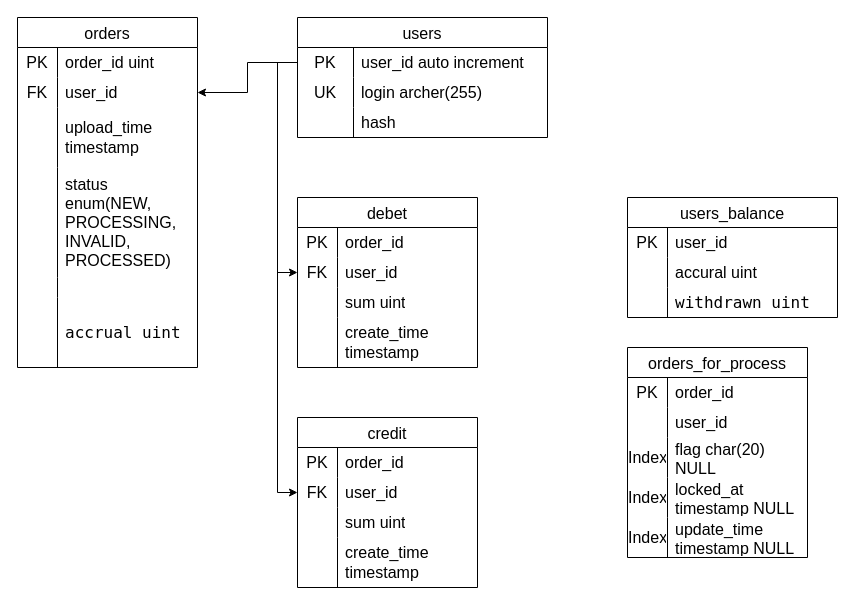
serg2014/go-musthave-diploma-new keeps this draw.io diagram as docs/DB.drawio. Above is the earlier version. Source tidied: cells renumbered, new cells numbered last; positions are measured from the earlier drawing's top-left corner, leaving out a move shared by most shapes. Both pictures are drawn from the tidied source at 100%, with x=0, y=0 at pixel (17, 17).
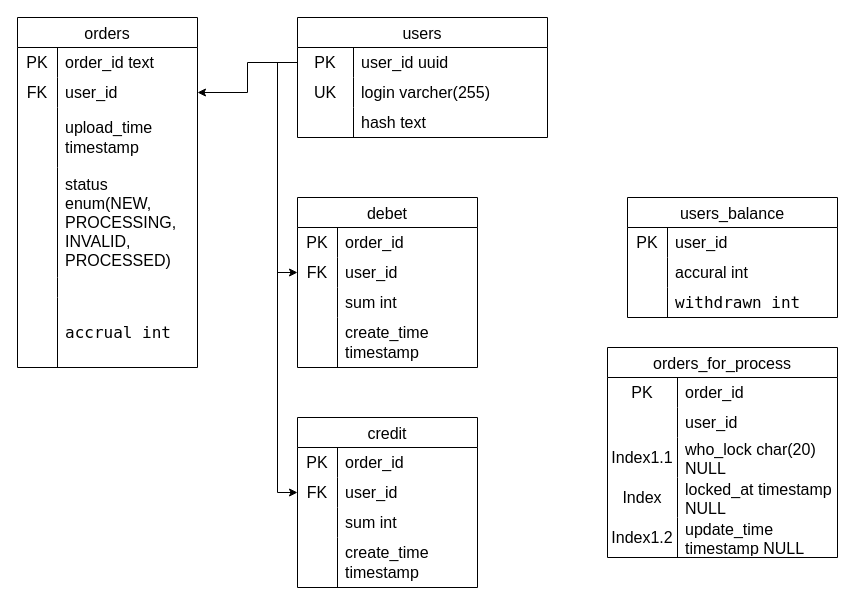
The same diagram, later.

Commit message (it also covers changes not shown here):
prepare process order

The change refers to these unchanged cells:
```xml
<mxCell id="3" style="shape=tableRow;horizontal=0;startSize=0;swimlaneHead=0;swimlaneBody=0;top=0;left=0;bottom=0;right=0;fillColor=none;strokeColor=inherit;fontSize=16;" parent="2" vertex="1">
  <mxGeometry y="30" width="180" height="30" as="geometry" />
</mxCell>
<mxCell id="18" style="shape=tableRow;horizontal=0;startSize=0;swimlaneHead=0;swimlaneBody=0;top=0;left=0;bottom=0;right=0;fillColor=none;strokeColor=inherit;fontSize=16;" parent="2" vertex="1">
  <mxGeometry y="280" width="180" height="70" as="geometry" />
</mxCell>
<mxCell id="22" style="shape=tableRow;horizontal=0;startSize=0;swimlaneHead=0;swimlaneBody=0;top=0;left=0;bottom=0;right=0;fillColor=none;points=[[0,0.5],[1,0.5]];portConstraint=eastwest;strokeColor=inherit;fontSize=16;" parent="21" vertex="1">
  <mxGeometry y="30" width="250" height="30" as="geometry" />
</mxCell>
<mxCell id="25" style="shape=tableRow;horizontal=0;startSize=0;swimlaneHead=0;swimlaneBody=0;top=0;left=0;bottom=0;right=0;fillColor=none;strokeColor=inherit;fontSize=16;" parent="21" vertex="1">
  <mxGeometry y="60" width="250" height="30" as="geometry" />
</mxCell>
<mxCell id="28" style="shape=tableRow;horizontal=0;startSize=0;swimlaneHead=0;swimlaneBody=0;top=0;left=0;bottom=0;right=0;fillColor=none;strokeColor=inherit;fontSize=16;" parent="21" vertex="1">
  <mxGeometry y="90" width="250" height="30" as="geometry" />
</mxCell>
<mxCell id="38" style="shape=tableRow;horizontal=0;startSize=0;swimlaneHead=0;swimlaneBody=0;top=0;left=0;bottom=0;right=0;fillColor=none;strokeColor=inherit;fontSize=16;" parent="31" vertex="1">
  <mxGeometry y="90" width="180" height="30" as="geometry" />
</mxCell>
<mxCell id="51" style="shape=tableRow;horizontal=0;startSize=0;swimlaneHead=0;swimlaneBody=0;top=0;left=0;bottom=0;right=0;fillColor=none;strokeColor=inherit;fontSize=16;" parent="44" vertex="1">
  <mxGeometry y="90" width="180" height="30" as="geometry" />
</mxCell>
<mxCell id="80" style="shape=tableRow;horizontal=0;startSize=0;swimlaneHead=0;swimlaneBody=0;top=0;left=0;bottom=0;right=0;fillColor=none;strokeColor=inherit;fontSize=16;" parent="76" vertex="1">
  <mxGeometry y="60" width="210" height="30" as="geometry" />
</mxCell>
<mxCell id="83" style="shape=tableRow;horizontal=0;startSize=0;swimlaneHead=0;swimlaneBody=0;top=0;left=0;bottom=0;right=0;fillColor=none;strokeColor=inherit;fontSize=16;" parent="76" vertex="1">
  <mxGeometry y="90" width="210" height="30" as="geometry" />
</mxCell>
```

Diff of the diagram source:
```diff
@@
-    <mxCell id="5" value="order_id uint" style="shape=partialRectangle;html=1;whiteSpace=wrap;fillColor=none;top=0;left=0;bottom=0;right=0;align=left;spacingLeft=6;overflow=hidden;strokeColor=inherit;fontSize=16;" parent="3" vertex="1">
+    <mxCell id="5" value="order_id text" style="shape=partialRectangle;html=1;whiteSpace=wrap;fillColor=none;top=0;left=0;bottom=0;right=0;align=left;spacingLeft=6;overflow=hidden;strokeColor=inherit;fontSize=16;" parent="3" vertex="1">
       <mxGeometry x="40" width="140" height="30" as="geometry" />
     </mxCell>
@@
-    <mxCell id="20" value="&lt;div style=&quot;background-color: rgb(255, 255, 255); font-family: Menlo, Monaco, &amp;quot;Courier New&amp;quot;, monospace; line-height: 24px; white-space: pre;&quot;&gt;accrual uint&lt;/div&gt;" style="shape=partialRectangle;html=1;whiteSpace=wrap;fillColor=none;top=0;left=0;bottom=0;right=0;align=left;spacingLeft=6;overflow=hidden;strokeColor=inherit;fontSize=16;" parent="18" vertex="1">
+    <mxCell id="20" value="&lt;div style=&quot;background-color: rgb(255, 255, 255); font-family: Menlo, Monaco, &amp;quot;Courier New&amp;quot;, monospace; line-height: 24px; white-space: pre;&quot;&gt;accrual int&lt;/div&gt;" style="shape=partialRectangle;html=1;whiteSpace=wrap;fillColor=none;top=0;left=0;bottom=0;right=0;align=left;spacingLeft=6;overflow=hidden;strokeColor=inherit;fontSize=16;" parent="18" vertex="1">
       <mxGeometry x="40" width="140" height="70" as="geometry" />
     </mxCell>
@@
-    <mxCell id="24" value="user_id auto increment" style="shape=partialRectangle;html=1;whiteSpace=wrap;fillColor=none;top=0;left=0;bottom=0;right=0;align=left;spacingLeft=6;overflow=hidden;strokeColor=inherit;fontSize=16;" parent="22" vertex="1">
+    <mxCell id="24" value="user_id uuid" style="shape=partialRectangle;html=1;whiteSpace=wrap;fillColor=none;top=0;left=0;bottom=0;right=0;align=left;spacingLeft=6;overflow=hidden;strokeColor=inherit;fontSize=16;" parent="22" vertex="1">
       <mxGeometry x="56" width="194" height="30" as="geometry" />
     </mxCell>
@@
-    <mxCell id="27" value="login archer(255)" style="shape=partialRectangle;html=1;whiteSpace=wrap;fillColor=none;top=0;left=0;bottom=0;right=0;align=left;spacingLeft=6;overflow=hidden;strokeColor=inherit;fontSize=16;" parent="25" vertex="1">
+    <mxCell id="27" value="login varcher(255)" style="shape=partialRectangle;html=1;whiteSpace=wrap;fillColor=none;top=0;left=0;bottom=0;right=0;align=left;spacingLeft=6;overflow=hidden;strokeColor=inherit;fontSize=16;" parent="25" vertex="1">
       <mxGeometry x="56" width="194" height="30" as="geometry" />
     </mxCell>
@@
-    <mxCell id="30" value="hash" style="shape=partialRectangle;html=1;whiteSpace=wrap;fillColor=none;top=0;left=0;bottom=0;right=0;align=left;spacingLeft=6;overflow=hidden;strokeColor=inherit;fontSize=16;" parent="28" vertex="1">
+    <mxCell id="30" value="hash text" style="shape=partialRectangle;html=1;whiteSpace=wrap;fillColor=none;top=0;left=0;bottom=0;right=0;align=left;spacingLeft=6;overflow=hidden;strokeColor=inherit;fontSize=16;" parent="28" vertex="1">
       <mxGeometry x="56" width="194" height="30" as="geometry" />
     </mxCell>
@@
-    <mxCell id="40" value="sum uint" style="shape=partialRectangle;html=1;whiteSpace=wrap;fillColor=none;top=0;left=0;bottom=0;right=0;align=left;spacingLeft=6;overflow=hidden;strokeColor=inherit;fontSize=16;" parent="38" vertex="1">
+    <mxCell id="40" value="sum int" style="shape=partialRectangle;html=1;whiteSpace=wrap;fillColor=none;top=0;left=0;bottom=0;right=0;align=left;spacingLeft=6;overflow=hidden;strokeColor=inherit;fontSize=16;" parent="38" vertex="1">
       <mxGeometry x="40" width="140" height="30" as="geometry" />
     </mxCell>
@@
-    <mxCell id="53" value="sum uint" style="shape=partialRectangle;html=1;whiteSpace=wrap;fillColor=none;top=0;left=0;bottom=0;right=0;align=left;spacingLeft=6;overflow=hidden;strokeColor=inherit;fontSize=16;" parent="51" vertex="1">
+    <mxCell id="53" value="sum int" style="shape=partialRectangle;html=1;whiteSpace=wrap;fillColor=none;top=0;left=0;bottom=0;right=0;align=left;spacingLeft=6;overflow=hidden;strokeColor=inherit;fontSize=16;" parent="51" vertex="1">
       <mxGeometry x="40" width="140" height="30" as="geometry" />
     </mxCell>
@@
     <mxCell id="59" value="orders_for_process" style="shape=table;startSize=30;childLayout=tableLayout;rowLines=0;fontStyle=0;strokeColor=default;fontSize=16;" parent="1" vertex="1">
-      <mxGeometry x="610" y="330" width="180" height="210" as="geometry" />
+      <mxGeometry x="590" y="330" width="230" height="210" as="geometry" />
     </mxCell>
     <mxCell id="60" style="shape=tableRow;horizontal=0;startSize=0;swimlaneHead=0;swimlaneBody=0;top=0;left=0;bottom=0;right=0;fillColor=none;strokeColor=inherit;fontSize=16;" parent="59" vertex="1">
-      <mxGeometry y="30" width="180" height="30" as="geometry" />
+      <mxGeometry y="30" width="230" height="30" as="geometry" />
     </mxCell>
     <mxCell id="61" value="PK" style="shape=partialRectangle;html=1;whiteSpace=wrap;fillColor=none;top=0;left=0;bottom=0;right=0;overflow=hidden;strokeColor=inherit;fontSize=16;" parent="60" vertex="1">
-      <mxGeometry width="40" height="30" as="geometry" />
+      <mxGeometry width="70" height="30" as="geometry" />
     </mxCell>
     <mxCell id="62" value="order_id" style="shape=partialRectangle;html=1;whiteSpace=wrap;fillColor=none;top=0;left=0;bottom=0;right=0;align=left;spacingLeft=6;overflow=hidden;strokeColor=inherit;fontSize=16;" parent="60" vertex="1">
-      <mxGeometry x="40" width="140" height="30" as="geometry" />
+      <mxGeometry x="70" width="160" height="30" as="geometry" />
     </mxCell>
     <mxCell id="63" style="shape=tableRow;horizontal=0;startSize=0;swimlaneHead=0;swimlaneBody=0;top=0;left=0;bottom=0;right=0;fillColor=none;strokeColor=inherit;fontSize=16;" parent="59" vertex="1">
-      <mxGeometry y="60" width="180" height="30" as="geometry" />
+      <mxGeometry y="60" width="230" height="30" as="geometry" />
     </mxCell>
     <mxCell id="64" style="shape=partialRectangle;html=1;whiteSpace=wrap;fillColor=none;top=0;left=0;bottom=0;right=0;overflow=hidden;strokeColor=inherit;fontSize=16;" parent="63" vertex="1">
-      <mxGeometry width="40" height="30" as="geometry" />
+      <mxGeometry width="70" height="30" as="geometry" />
     </mxCell>
     <mxCell id="65" value="user_id" style="shape=partialRectangle;html=1;whiteSpace=wrap;fillColor=none;top=0;left=0;bottom=0;right=0;align=left;spacingLeft=6;overflow=hidden;strokeColor=inherit;fontSize=16;" parent="63" vertex="1">
-      <mxGeometry x="40" width="140" height="30" as="geometry" />
+      <mxGeometry x="70" width="160" height="30" as="geometry" />
     </mxCell>
     <mxCell id="66" style="shape=tableRow;horizontal=0;startSize=0;swimlaneHead=0;swimlaneBody=0;top=0;left=0;bottom=0;right=0;fillColor=none;strokeColor=inherit;fontSize=16;" parent="59" vertex="1">
-      <mxGeometry y="90" width="180" height="40" as="geometry" />
+      <mxGeometry y="90" width="230" height="40" as="geometry" />
     </mxCell>
-    <mxCell id="67" value="Index" style="shape=partialRectangle;html=1;whiteSpace=wrap;fillColor=none;top=0;left=0;bottom=0;right=0;overflow=hidden;strokeColor=inherit;fontSize=16;" parent="66" vertex="1">
-      <mxGeometry width="40" height="40" as="geometry" />
+    <mxCell id="67" value="Index1.1" style="shape=partialRectangle;html=1;whiteSpace=wrap;fillColor=none;top=0;left=0;bottom=0;right=0;overflow=hidden;strokeColor=inherit;fontSize=16;" parent="66" vertex="1">
+      <mxGeometry width="70" height="40" as="geometry" />
     </mxCell>
-    <mxCell id="68" value="flag char(20) NULL" style="shape=partialRectangle;html=1;whiteSpace=wrap;fillColor=none;top=0;left=0;bottom=0;right=0;align=left;spacingLeft=6;overflow=hidden;strokeColor=inherit;fontSize=16;" parent="66" vertex="1">
-      <mxGeometry x="40" width="140" height="40" as="geometry" />
+    <mxCell id="68" value="who_lock char(20) NULL" style="shape=partialRectangle;html=1;whiteSpace=wrap;fillColor=none;top=0;left=0;bottom=0;right=0;align=left;spacingLeft=6;overflow=hidden;strokeColor=inherit;fontSize=16;" parent="66" vertex="1">
+      <mxGeometry x="70" width="160" height="40" as="geometry" />
     </mxCell>
     <mxCell id="69" style="shape=tableRow;horizontal=0;startSize=0;swimlaneHead=0;swimlaneBody=0;top=0;left=0;bottom=0;right=0;fillColor=none;strokeColor=inherit;fontSize=16;" parent="59" vertex="1">
-      <mxGeometry y="130" width="180" height="40" as="geometry" />
+      <mxGeometry y="130" width="230" height="40" as="geometry" />
     </mxCell>
     <mxCell id="70" value="Index" style="shape=partialRectangle;html=1;whiteSpace=wrap;fillColor=none;top=0;left=0;bottom=0;right=0;overflow=hidden;strokeColor=inherit;fontSize=16;" parent="69" vertex="1">
-      <mxGeometry width="40" height="40" as="geometry" />
+      <mxGeometry width="70" height="40" as="geometry" />
     </mxCell>
     <mxCell id="71" value="locked_at timestamp NULL" style="shape=partialRectangle;html=1;whiteSpace=wrap;fillColor=none;top=0;left=0;bottom=0;right=0;align=left;spacingLeft=6;overflow=hidden;strokeColor=inherit;fontSize=16;" parent="69" vertex="1">
-      <mxGeometry x="40" width="140" height="40" as="geometry" />
+      <mxGeometry x="70" width="160" height="40" as="geometry" />
     </mxCell>
     <mxCell id="72" style="shape=tableRow;horizontal=0;startSize=0;swimlaneHead=0;swimlaneBody=0;top=0;left=0;bottom=0;right=0;fillColor=none;strokeColor=inherit;fontSize=16;" parent="59" vertex="1">
-      <mxGeometry y="170" width="180" height="40" as="geometry" />
+      <mxGeometry y="170" width="230" height="40" as="geometry" />
     </mxCell>
-    <mxCell id="73" value="Index" style="shape=partialRectangle;html=1;whiteSpace=wrap;fillColor=none;top=0;left=0;bottom=0;right=0;overflow=hidden;strokeColor=inherit;fontSize=16;" parent="72" vertex="1">
-      <mxGeometry width="40" height="40" as="geometry" />
+    <mxCell id="73" value="Index1.2" style="shape=partialRectangle;html=1;whiteSpace=wrap;fillColor=none;top=0;left=0;bottom=0;right=0;overflow=hidden;strokeColor=inherit;fontSize=16;" parent="72" vertex="1">
+      <mxGeometry width="70" height="40" as="geometry" />
     </mxCell>
     <mxCell id="74" value="update_time timestamp NULL" style="shape=partialRectangle;html=1;whiteSpace=wrap;fillColor=none;top=0;left=0;bottom=0;right=0;align=left;spacingLeft=6;overflow=hidden;strokeColor=inherit;fontSize=16;" parent="72" vertex="1">
-      <mxGeometry x="40" width="140" height="40" as="geometry" />
+      <mxGeometry x="70" width="160" height="40" as="geometry" />
     </mxCell>
@@
-    <mxCell id="82" value="accural uint" style="shape=partialRectangle;html=1;whiteSpace=wrap;fillColor=none;top=0;left=0;bottom=0;right=0;align=left;spacingLeft=6;overflow=hidden;strokeColor=inherit;fontSize=16;" parent="80" vertex="1">
+    <mxCell id="82" value="accural int" style="shape=partialRectangle;html=1;whiteSpace=wrap;fillColor=none;top=0;left=0;bottom=0;right=0;align=left;spacingLeft=6;overflow=hidden;strokeColor=inherit;fontSize=16;" parent="80" vertex="1">
       <mxGeometry x="40" width="170" height="30" as="geometry" />
     </mxCell>
@@
-    <mxCell id="85" value="&lt;div style=&quot;color: rgb(0, 0, 0); background-color: rgb(255, 255, 255); font-family: Menlo, Monaco, &amp;quot;Courier New&amp;quot;, monospace; line-height: 24px; white-space: pre;&quot;&gt;withdrawn uint&lt;/div&gt;" style="shape=partialRectangle;html=1;whiteSpace=wrap;fillColor=none;top=0;left=0;bottom=0;right=0;align=left;spacingLeft=6;overflow=hidden;strokeColor=inherit;fontSize=16;" parent="83" vertex="1">
+    <mxCell id="85" value="&lt;div style=&quot;color: rgb(0, 0, 0); background-color: rgb(255, 255, 255); font-family: Menlo, Monaco, &amp;quot;Courier New&amp;quot;, monospace; line-height: 24px; white-space: pre;&quot;&gt;withdrawn int&lt;/div&gt;" style="shape=partialRectangle;html=1;whiteSpace=wrap;fillColor=none;top=0;left=0;bottom=0;right=0;align=left;spacingLeft=6;overflow=hidden;strokeColor=inherit;fontSize=16;" parent="83" vertex="1">
       <mxGeometry x="40" width="170" height="30" as="geometry" />
     </mxCell>
```
